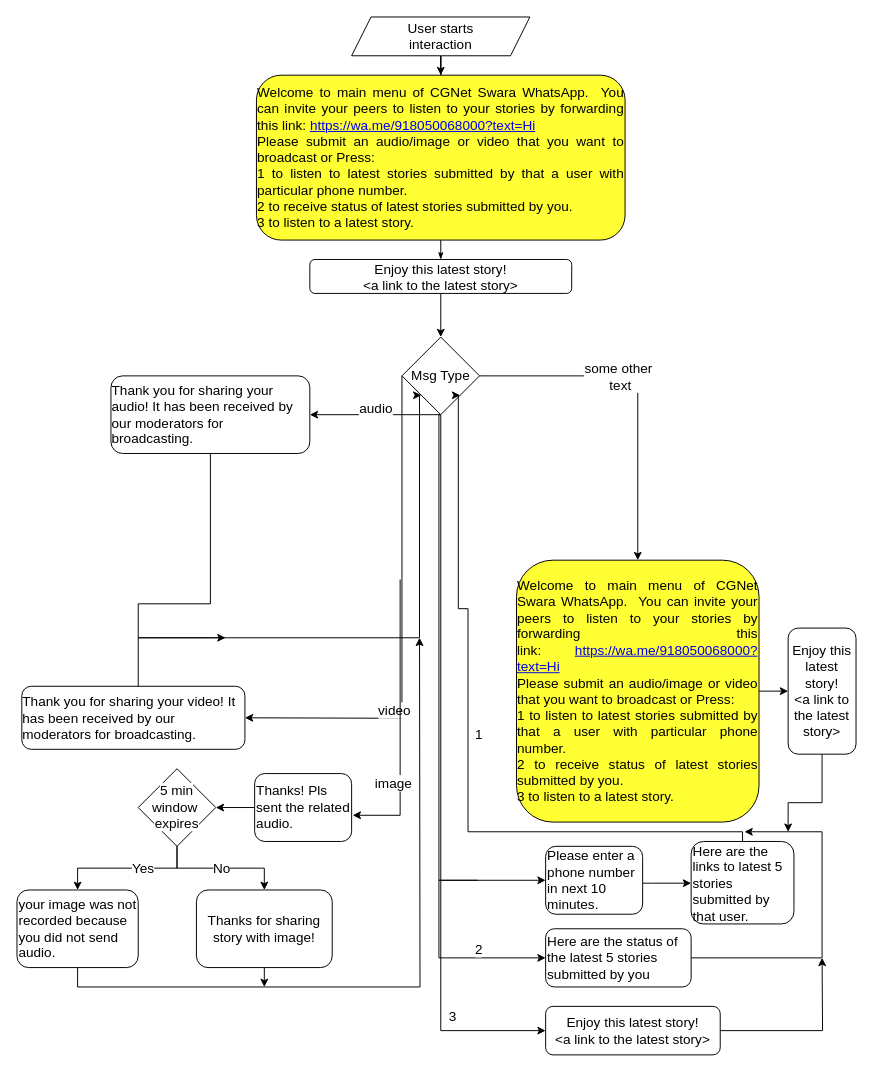
This is page "Flow7" (9 of 9) of DisseminationFlow.drawio from PriyankaVerma98/CGNetSwara-WhatsApp, a draw.io file, before an edit. Source tidied: cells renumbered, new cells numbered last; positions are measured from the earlier drawing's top-left corner, leaving out a move shared by most shapes. Both pictures are drawn from the tidied source at 97%, with x=0, y=0 at pixel (16, 16).
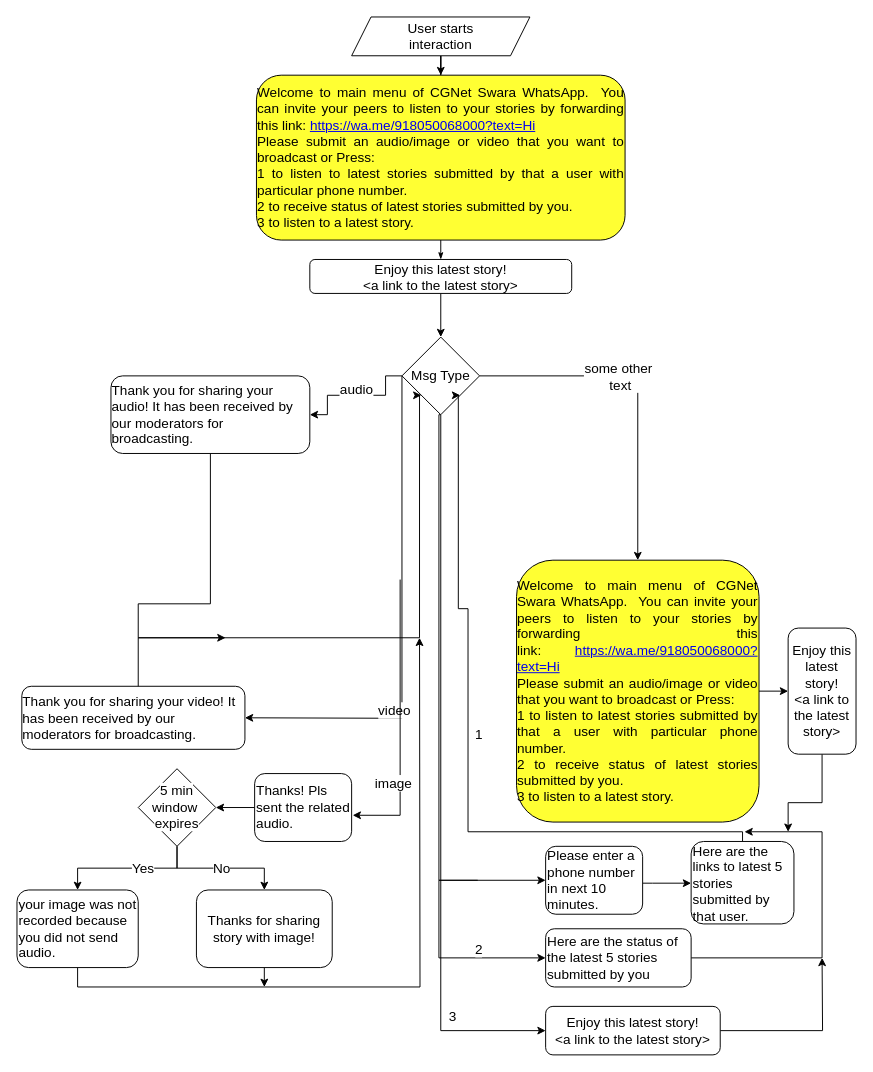
Above is the later version.

Unchanged cells that the change refers to:
```xml
<mxCell id="16" value="&lt;font style=&quot;font-size: 14px&quot;&gt;Msg Type&lt;/font&gt;" style="rhombus;whiteSpace=wrap;html=1;" parent="1" vertex="1">
  <mxGeometry x="396.9" y="330" width="80" height="80" as="geometry" />
</mxCell>
<mxCell id="19" value="&lt;p&gt;&lt;/p&gt;&lt;div&gt;&lt;div style=&quot;text-align: left&quot;&gt;&lt;font face=&quot;Helvetica&quot; style=&quot;font-size: 14px&quot;&gt;Thank you for sharing&amp;nbsp;your audio! It has been received by our moderators for broadcasting.&amp;nbsp;&lt;/font&gt;&lt;/div&gt;&lt;/div&gt;&lt;p&gt;&lt;/p&gt;" style="rounded=1;whiteSpace=wrap;html=1;shadow=0;labelBackgroundColor=none;strokeWidth=1;fontFamily=Verdana;fontSize=8;align=center;" parent="1" vertex="1">
  <mxGeometry x="96.9" y="370" width="205" height="80" as="geometry" />
</mxCell>
```

Diff of the diagram source:
```diff
@@
-    <mxCell id="14" style="edgeStyle=orthogonalEdgeStyle;rounded=0;jettySize=auto;html=1;entryX=1;entryY=0.5;entryDx=0;entryDy=0;" parent="1" edge="1" source="16" target="19">
+    <mxCell id="14" style="edgeStyle=orthogonalEdgeStyle;rounded=0;jettySize=auto;html=1;entryX=1;entryY=0.5;entryDx=0;entryDy=0;exitX=0;exitY=0.5;exitDx=0;exitDy=0;" parent="1" edge="1" source="16" target="19">
       <mxGeometry relative="1" as="geometry">
         <Array as="points">
-          <mxPoint x="380" y="410" />
-          <mxPoint x="380" y="410" />
+          <mxPoint x="380" y="370" />
+          <mxPoint x="380" y="390" />
+          <mxPoint x="320" y="390" />
+          <mxPoint x="320" y="410" />
         </Array>
       </mxGeometry>
     </mxCell>
```
